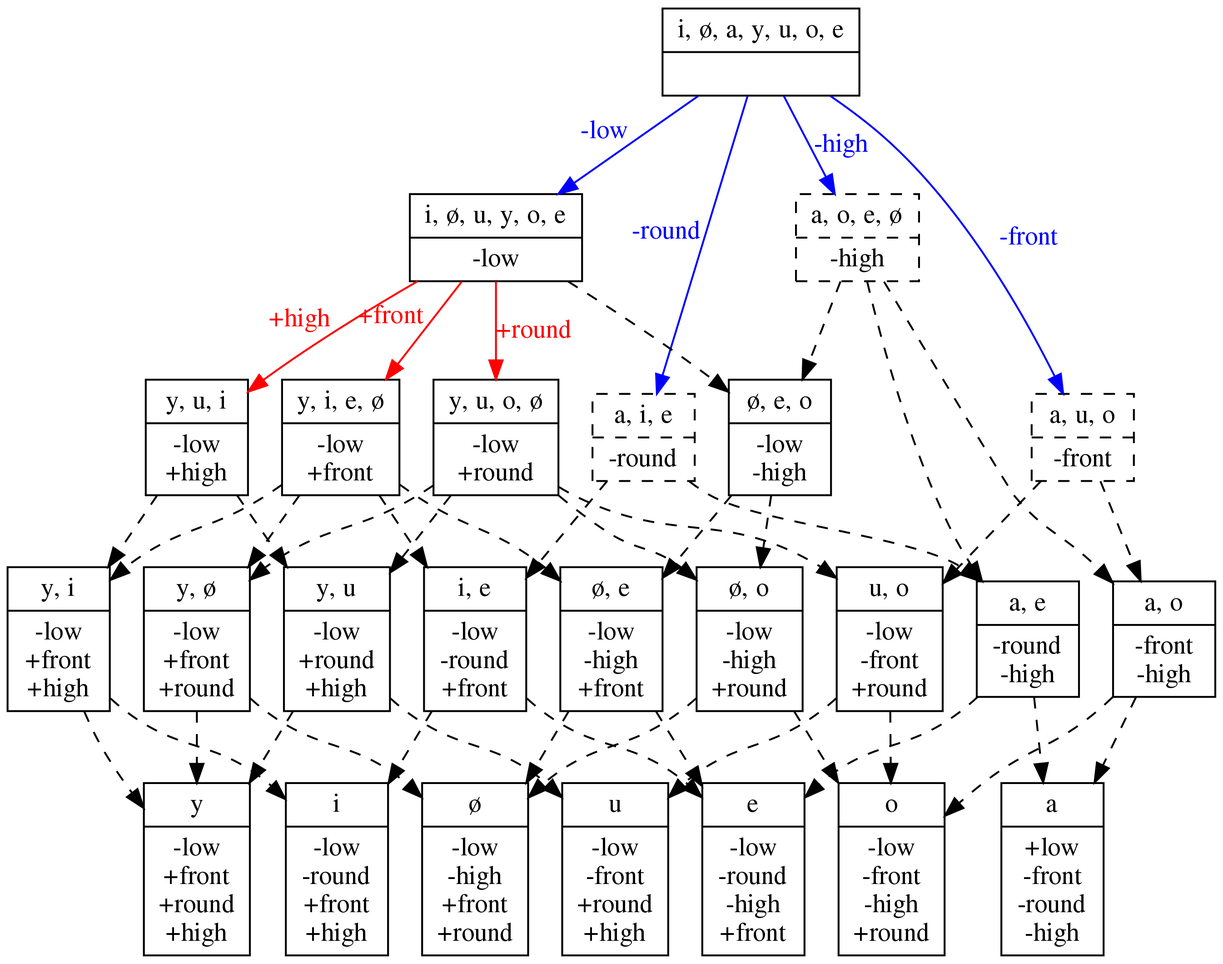
rdaland/Pheatures keeps this Graphviz diagram as squib/diagrams/vowel_inventory_full_TOPOLOGICAL.png. Above is the earlier version. Its source is kept beside it as squib/diagrams/vowel_inventory_full_TOPOLOGICAL.gv.
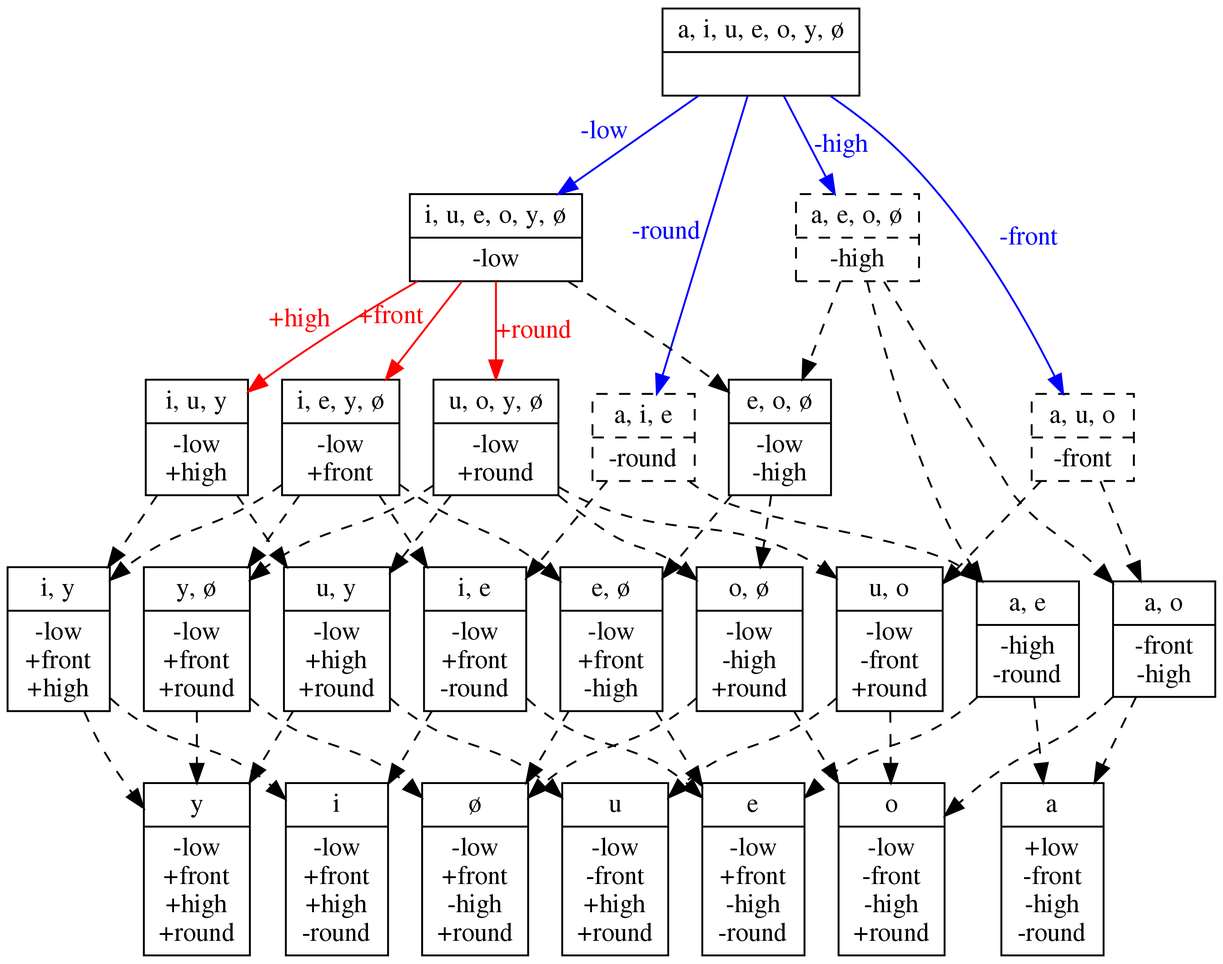
The same file after the commit.

Change to the diagram source:
```diff
@@ -1,30 +1,30 @@
 digraph {
 	graph [ dpi = 300 ];
-	0 [label="{<segs> i, ø, a, y, u, o, e |<feats>  }",shape=record]
-	1 [label="{<segs> i, ø, u, y, o, e |<feats> -low }",shape=record]
-	2 [label="{<segs> y, i, e, ø |<feats> -low\n+front }",shape=record]
-	3 [label="{<segs> y, u, o, ø |<feats> -low\n+round }",shape=record]
-	4 [label="{<segs> y, u, i |<feats> -low\n+high }",shape=record]
-	5 [label="{<segs> i |<feats> -low\n-round\n+front\n+high }",shape=record]
-	6 [label="{<segs> y |<feats> -low\n+front\n+round\n+high }",shape=record]
-	7 [label="{<segs> u |<feats> -low\n-front\n+round\n+high }",shape=record]
-	8 [label="{<segs> e |<feats> -low\n-round\n-high\n+front }",shape=record]
-	9 [label="{<segs> ø |<feats> -low\n-high\n+front\n+round }",shape=record]
+	0 [label="{<segs> a, i, u, e, o, y, ø |<feats>  }",shape=record]
+	1 [label="{<segs> i, u, e, o, y, ø |<feats> -low }",shape=record]
+	2 [label="{<segs> i, e, y, ø |<feats> -low\n+front }",shape=record]
+	3 [label="{<segs> u, o, y, ø |<feats> -low\n+round }",shape=record]
+	4 [label="{<segs> i, u, y |<feats> -low\n+high }",shape=record]
+	5 [label="{<segs> i |<feats> -low\n+front\n+high\n-round }",shape=record]
+	6 [label="{<segs> y |<feats> -low\n+front\n+high\n+round }",shape=record]
+	7 [label="{<segs> u |<feats> -low\n-front\n+high\n+round }",shape=record]
+	8 [label="{<segs> e |<feats> -low\n+front\n-high\n-round }",shape=record]
+	9 [label="{<segs> ø |<feats> -low\n+front\n-high\n+round }",shape=record]
 	10 [label="{<segs> o |<feats> -low\n-front\n-high\n+round }",shape=record]
-	11 [label="{<segs> a |<feats> +low\n-front\n-round\n-high }",shape=record]
+	11 [label="{<segs> a |<feats> +low\n-front\n-high\n-round }",shape=record]
 	12 [label="{<segs> y, ø |<feats> -low\n+front\n+round }",shape=record]
-	13 [label="{<segs> y, i |<feats> -low\n+front\n+high }",shape=record]
-	14 [label="{<segs> y, u |<feats> -low\n+round\n+high }",shape=record]
+	13 [label="{<segs> i, y |<feats> -low\n+front\n+high }",shape=record]
+	14 [label="{<segs> u, y |<feats> -low\n+high\n+round }",shape=record]
 	15 [label="{<segs> a, u, o |<feats> -front }",shape=record,style=dashed]
 	16 [label="{<segs> u, o |<feats> -low\n-front\n+round }",shape=record]
 	17 [label="{<segs> a, i, e |<feats> -round }",shape=record,style=dashed]
-	18 [label="{<segs> i, e |<feats> -low\n-round\n+front }",shape=record]
-	19 [label="{<segs> a, o, e, ø |<feats> -high }",shape=record,style=dashed]
-	20 [label="{<segs> ø, e, o |<feats> -low\n-high }",shape=record]
-	21 [label="{<segs> ø, e |<feats> -low\n-high\n+front }",shape=record]
-	22 [label="{<segs> ø, o |<feats> -low\n-high\n+round }",shape=record]
+	18 [label="{<segs> i, e |<feats> -low\n+front\n-round }",shape=record]
+	19 [label="{<segs> a, e, o, ø |<feats> -high }",shape=record,style=dashed]
+	20 [label="{<segs> e, o, ø |<feats> -low\n-high }",shape=record]
+	21 [label="{<segs> e, ø |<feats> -low\n+front\n-high }",shape=record]
+	22 [label="{<segs> o, ø |<feats> -low\n-high\n+round }",shape=record]
 	23 [label="{<segs> a, o |<feats> -front\n-high }",shape=record]
-	24 [label="{<segs> a, e |<feats> -round\n-high }",shape=record]
+	24 [label="{<segs> a, e |<feats> -high\n-round }",shape=record]
 
 	0 -> 1 [xlabel="-low",fontcolor=blue,color=blue]
 	0 -> 15 [label="-front",fontcolor=blue,color=blue]
```
